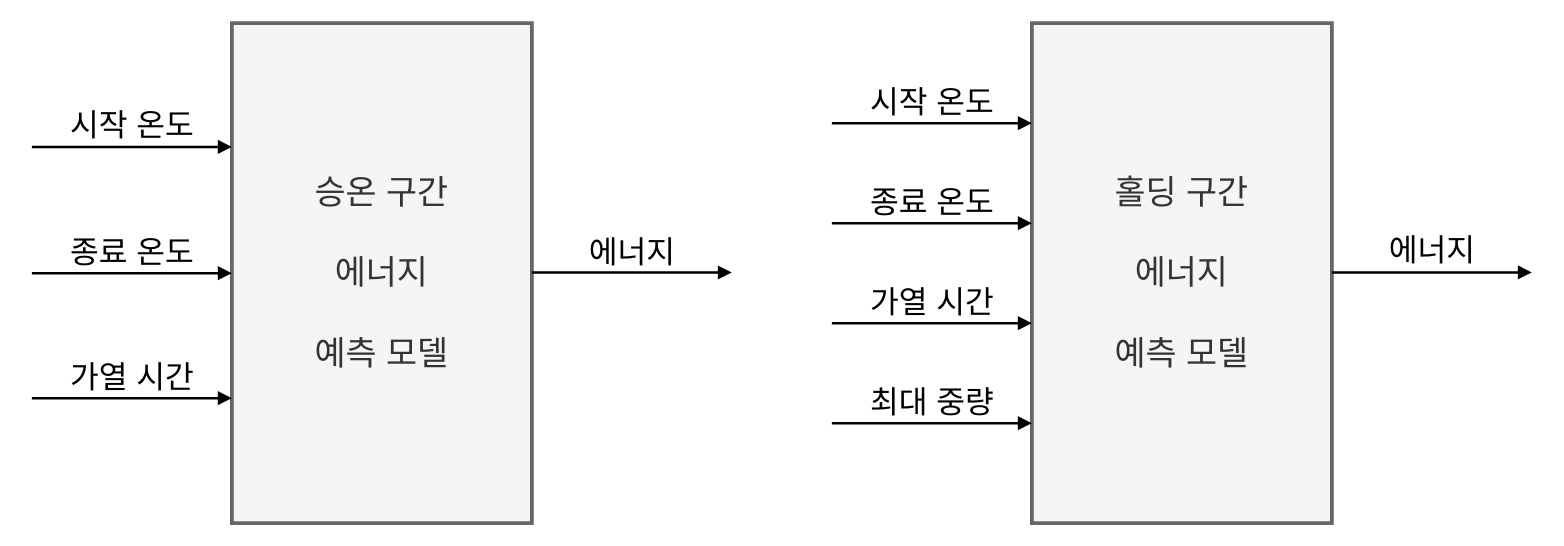
Before: Untitled Diagram.drawio in seheeP/statistic, a draw.io diagram. Source tidied: cells renumbered, new cells numbered last; positions are measured from the earlier drawing's top-left corner, leaving out a move shared by most shapes. Both pictures are drawn from the tidied source at 125%, with x=0, y=0 at pixel (31, 22).
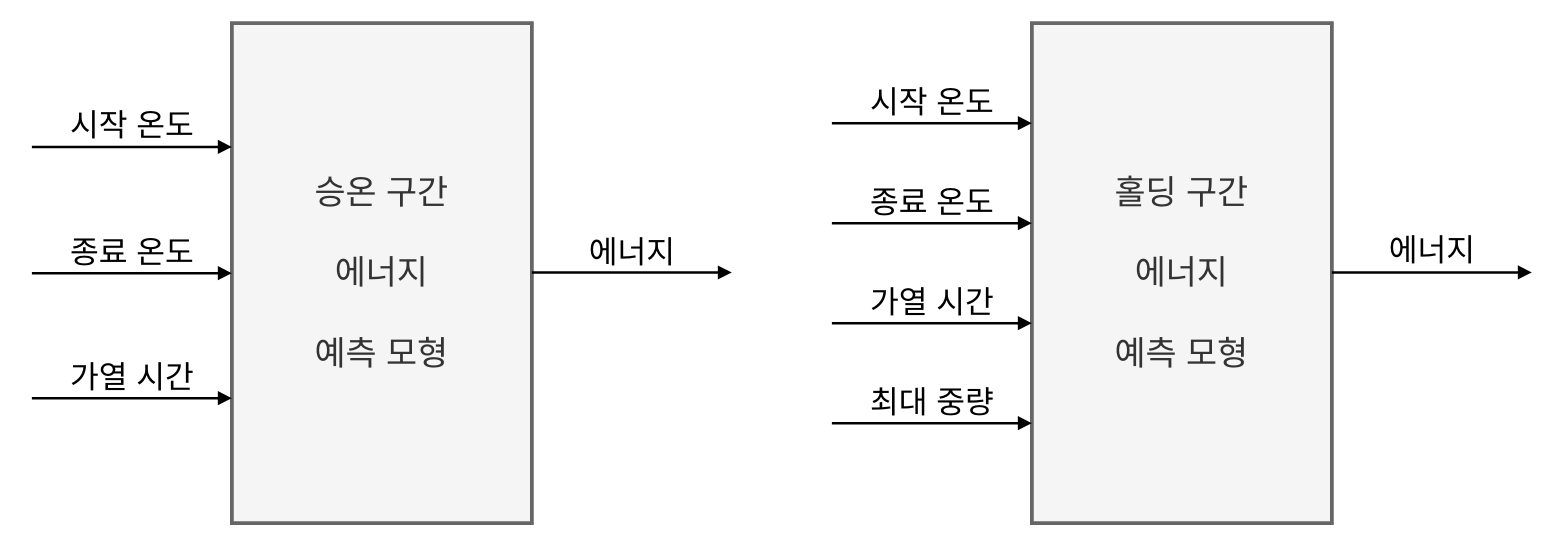
After the change.

The edit, as a diff of the source:
```diff
@@
-    <mxCell id="2" value="&lt;font style=&quot;font-size: 27px&quot;&gt;승온 구간&lt;br&gt;&lt;br&gt;에너지 &lt;br&gt;&lt;br&gt;예측 모델&lt;/font&gt;" style="rounded=0;whiteSpace=wrap;html=1;fillColor=#f5f5f5;strokeColor=#666666;fontColor=#333333;strokeWidth=3;" parent="1" vertex="1">
+    <mxCell id="2" value="&lt;font style=&quot;font-size: 27px&quot;&gt;승온 구간&lt;br&gt;&lt;br&gt;에너지 &lt;br&gt;&lt;br&gt;예측 모형&lt;/font&gt;" style="rounded=0;whiteSpace=wrap;html=1;fillColor=#f5f5f5;strokeColor=#666666;fontColor=#333333;strokeWidth=3;" parent="1" vertex="1">
       <mxGeometry x="160" width="240" height="400" as="geometry" />
     </mxCell>
@@
-    <mxCell id="6" value="&lt;font style=&quot;font-size: 27px&quot;&gt;홀딩 구간&lt;br&gt;&lt;br&gt;에너지 &lt;br&gt;&lt;br&gt;예측 모델&lt;/font&gt;" style="rounded=0;whiteSpace=wrap;html=1;fillColor=#f5f5f5;strokeColor=#666666;fontColor=#333333;strokeWidth=3;" parent="1" vertex="1">
+    <mxCell id="6" value="&lt;font style=&quot;font-size: 27px&quot;&gt;홀딩 구간&lt;br&gt;&lt;br&gt;에너지 &lt;br&gt;&lt;br&gt;예측 모형&lt;/font&gt;" style="rounded=0;whiteSpace=wrap;html=1;fillColor=#f5f5f5;strokeColor=#666666;fontColor=#333333;strokeWidth=3;" parent="1" vertex="1">
       <mxGeometry x="800" width="240" height="400" as="geometry" />
     </mxCell>
```
